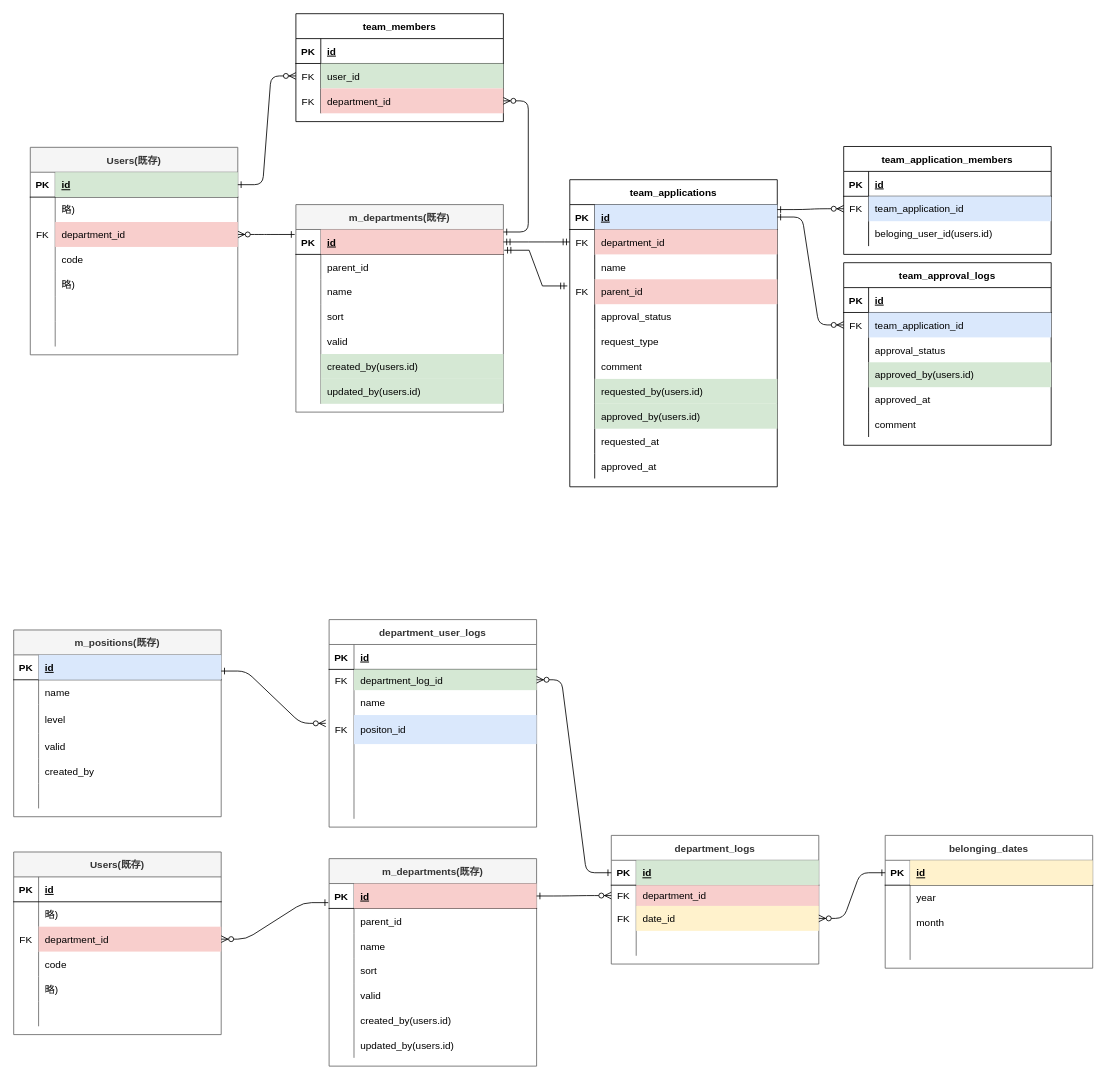
The draw.io diagram rose.drawio in satohirok/twitter_clone_ER, before the edit. Source tidied: cells renumbered, new cells numbered last; positions are measured from the earlier drawing's top-left corner, leaving out a move shared by most shapes. Both pictures are drawn from the tidied source at 83%, with x=0, y=0 at pixel (13, -37).
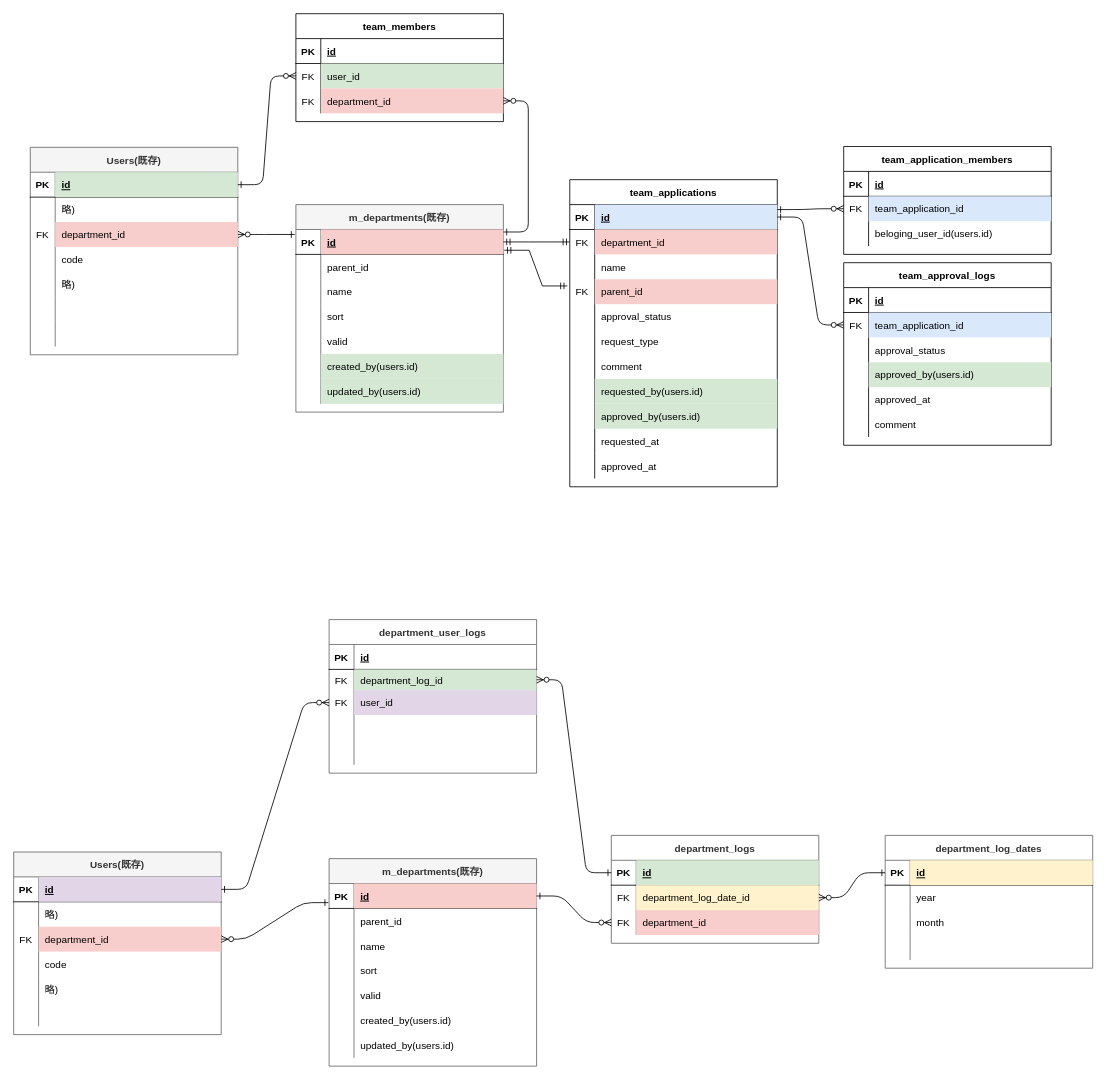
The same diagram, later.

Commit message:
rose.drawio を更新します

Unchanged cells that the change refers to:
```xml
<mxCell id="159" style="shape=partialRectangle;fillColor=none;points=[[0,0.5],[1,0.5]];portConstraint=eastwest;top=0;left=0;right=0;bottom=0;" parent="152" vertex="1">
  <mxGeometry y="85" width="250" height="30" as="geometry" />
</mxCell>
<mxCell id="175" style="shape=partialRectangle;fillColor=none;points=[[0,0.5],[1,0.5]];portConstraint=eastwest;top=0;left=0;right=0;bottom=1;" parent="174" vertex="1">
  <mxGeometry y="30" width="250" height="30" as="geometry" />
</mxCell>
<mxCell id="197" style="shape=partialRectangle;fillColor=none;points=[[0,0.5],[1,0.5]];portConstraint=eastwest;top=0;left=0;right=0;bottom=1;" parent="196" vertex="1">
  <mxGeometry y="30" width="250" height="30" as="geometry" />
</mxCell>
```

Change to the diagram source:
```diff
@@
     <mxCell id="126" value="department_logs" style="shape=table;startSize=30;childLayout=tableLayout;rowLines=0;fontStyle=1;align=center;fillColor=none;fontColor=#333333;strokeColor=#666666;" parent="1" vertex="1">
-      <mxGeometry x="720" y="1050" width="250" height="155" as="geometry" />
+      <mxGeometry x="720" y="1050" width="250" height="130" as="geometry" />
     </mxCell>
@@
-    <mxCell id="130" style="shape=partialRectangle;fillColor=none;points=[[0,0.5],[1,0.5]];portConstraint=eastwest;top=0;left=0;right=0;bottom=0;" parent="126" vertex="1">
-      <mxGeometry y="60" width="250" height="25" as="geometry" />
-    </mxCell>
-    <mxCell id="131" value="FK" style="shape=partialRectangle;overflow=hidden;fillColor=none;top=0;left=0;bottom=0;right=0;" parent="130" vertex="1">
-      <mxGeometry width="30" height="25" as="geometry" />
-    </mxCell>
-    <mxCell id="132" value="department_id" style="shape=partialRectangle;overflow=hidden;fillColor=#f8cecc;top=0;left=0;bottom=0;right=0;align=left;spacingLeft=6;strokeColor=#b85450;" parent="130" vertex="1">
-      <mxGeometry x="30" width="220" height="25" as="geometry" />
-    </mxCell>
     <mxCell id="133" style="shape=partialRectangle;fillColor=none;points=[[0,0.5],[1,0.5]];portConstraint=eastwest;top=0;left=0;right=0;bottom=0;" parent="126" vertex="1">
-      <mxGeometry y="85" width="250" height="30" as="geometry" />
+      <mxGeometry y="60" width="250" height="30" as="geometry" />
     </mxCell>
@@
-    <mxCell id="135" value="date_id" style="shape=partialRectangle;overflow=hidden;fillColor=#fff2cc;top=0;left=0;bottom=0;right=0;align=left;spacingLeft=6;strokeColor=#d6b656;" parent="133" vertex="1">
+    <mxCell id="135" value="department_log_date_id" style="shape=partialRectangle;overflow=hidden;fillColor=#fff2cc;top=0;left=0;bottom=0;right=0;align=left;spacingLeft=6;strokeColor=#d6b656;" parent="133" vertex="1">
       <mxGeometry x="30" width="220" height="30" as="geometry" />
     </mxCell>
     <mxCell id="136" style="shape=partialRectangle;fillColor=none;points=[[0,0.5],[1,0.5]];portConstraint=eastwest;top=0;left=0;right=0;bottom=0;" parent="126" vertex="1">
-      <mxGeometry y="115" width="250" height="30" as="geometry" />
+      <mxGeometry y="90" width="250" height="30" as="geometry" />
     </mxCell>
-    <mxCell id="137" style="shape=partialRectangle;overflow=hidden;fillColor=none;top=0;left=0;bottom=0;right=0;" parent="136" vertex="1">
+    <mxCell id="137" value="FK" style="shape=partialRectangle;overflow=hidden;fillColor=none;top=0;left=0;bottom=0;right=0;" parent="136" vertex="1">
       <mxGeometry width="30" height="30" as="geometry" />
     </mxCell>
-    <mxCell id="138" style="shape=partialRectangle;overflow=hidden;fillColor=none;top=0;left=0;bottom=0;right=0;align=left;spacingLeft=6;" parent="136" vertex="1">
+    <mxCell id="138" value="department_id" style="shape=partialRectangle;overflow=hidden;fillColor=#f8cecc;top=0;left=0;bottom=0;right=0;align=left;spacingLeft=6;strokeColor=#b85450;" parent="136" vertex="1">
       <mxGeometry x="30" width="220" height="30" as="geometry" />
     </mxCell>
-    <mxCell id="139" value="belonging_dates" style="shape=table;startSize=30;childLayout=tableLayout;rowLines=0;fontStyle=1;align=center;fillColor=none;fontColor=#333333;strokeColor=#666666;" parent="1" vertex="1">
+    <mxCell id="139" value="department_log_dates" style="shape=table;startSize=30;childLayout=tableLayout;rowLines=0;fontStyle=1;align=center;fillColor=none;fontColor=#333333;strokeColor=#666666;" parent="1" vertex="1">
       <mxGeometry x="1050" y="1050" width="250" height="160" as="geometry" />
     </mxCell>
@@
     <mxCell id="152" value="department_user_logs" style="shape=table;startSize=30;childLayout=tableLayout;rowLines=0;fontStyle=1;align=center;fillColor=none;fontColor=#333333;strokeColor=#666666;" parent="1" vertex="1">
-      <mxGeometry x="380" y="790" width="250" height="250" as="geometry" />
+      <mxGeometry x="380" y="790" width="250" height="185" as="geometry" />
     </mxCell>
@@
-    <mxCell id="160" style="shape=partialRectangle;overflow=hidden;fillColor=none;top=0;left=0;bottom=0;right=0;" parent="159" vertex="1">
+    <mxCell id="160" value="FK" style="shape=partialRectangle;overflow=hidden;fillColor=none;top=0;left=0;bottom=0;right=0;" parent="159" vertex="1">
       <mxGeometry width="30" height="30" as="geometry" />
     </mxCell>
-    <mxCell id="161" value="name" style="shape=partialRectangle;overflow=hidden;fillColor=none;top=0;left=0;bottom=0;right=0;align=left;spacingLeft=6;" parent="159" vertex="1">
+    <mxCell id="161" value="user_id" style="shape=partialRectangle;overflow=hidden;fillColor=#e1d5e7;top=0;left=0;bottom=0;right=0;align=left;spacingLeft=6;strokeColor=#9673a6;" parent="159" vertex="1">
       <mxGeometry x="30" width="220" height="30" as="geometry" />
     </mxCell>
-    <mxCell id="162" style="shape=partialRectangle;fillColor=none;points=[[0,0.5],[1,0.5]];portConstraint=eastwest;top=0;left=0;right=0;bottom=0;" parent="152" vertex="1">
-      <mxGeometry y="115" width="250" height="35" as="geometry" />
-    </mxCell>
-    <mxCell id="163" value="FK" style="shape=partialRectangle;overflow=hidden;fillColor=none;top=0;left=0;bottom=0;right=0;" parent="162" vertex="1">
-      <mxGeometry width="30" height="35" as="geometry" />
-    </mxCell>
-    <mxCell id="164" value="positon_id" style="shape=partialRectangle;overflow=hidden;fillColor=#dae8fc;top=0;left=0;bottom=0;right=0;align=left;spacingLeft=6;strokeColor=#6c8ebf;" parent="162" vertex="1">
-      <mxGeometry x="30" width="220" height="35" as="geometry" />
-    </mxCell>
     <mxCell id="165" style="shape=partialRectangle;fillColor=none;top=0;left=0;right=0;bottom=0;" parent="152" vertex="1">
-      <mxGeometry y="150" width="250" height="30" as="geometry" />
+      <mxGeometry y="115" width="250" height="30" as="geometry" />
     </mxCell>
@@
     <mxCell id="168" style="shape=partialRectangle;fillColor=none;top=0;left=0;right=0;bottom=0;" parent="152" vertex="1">
-      <mxGeometry y="180" width="250" height="30" as="geometry" />
+      <mxGeometry y="145" width="250" height="30" as="geometry" />
     </mxCell>
@@
-    <mxCell id="171" style="shape=partialRectangle;fillColor=none;top=0;left=0;right=0;bottom=0;" parent="152" vertex="1">
-      <mxGeometry y="210" width="250" height="30" as="geometry" />
-    </mxCell>
-    <mxCell id="172" style="shape=partialRectangle;overflow=hidden;fillColor=none;top=0;left=0;bottom=0;right=0;" parent="171" vertex="1">
-      <mxGeometry width="30" height="30" as="geometry" />
-    </mxCell>
-    <mxCell id="173" style="shape=partialRectangle;overflow=hidden;fillColor=none;top=0;left=0;bottom=0;right=0;align=left;spacingLeft=6;strokeColor=#82b366;" parent="171" vertex="1">
-      <mxGeometry x="30" width="220" height="30" as="geometry" />
-    </mxCell>
@@
-    <mxCell id="199" value="id" style="shape=partialRectangle;overflow=hidden;fillColor=none;top=0;left=0;bottom=0;right=0;align=left;spacingLeft=6;fontStyle=5;strokeColor=#82b366;" parent="197" vertex="1">
+    <mxCell id="199" value="id" style="shape=partialRectangle;overflow=hidden;fillColor=#e1d5e7;top=0;left=0;bottom=0;right=0;align=left;spacingLeft=6;fontStyle=5;strokeColor=#9673a6;" parent="197" vertex="1">
       <mxGeometry x="30" width="220" height="30" as="geometry" />
     </mxCell>
@@
-    <mxCell id="216" style="edgeStyle=entityRelationEdgeStyle;endArrow=ERzeroToMany;startArrow=ERone;endFill=1;startFill=0;entryX=0;entryY=0.5;entryDx=0;entryDy=0;exitX=1;exitY=0.5;exitDx=0;exitDy=0;" parent="1" edge="1" source="175" target="130">
+    <mxCell id="216" style="edgeStyle=entityRelationEdgeStyle;endArrow=ERzeroToMany;startArrow=ERone;endFill=1;startFill=0;exitX=1;exitY=0.5;exitDx=0;exitDy=0;entryX=0;entryY=0.5;entryDx=0;entryDy=0;" parent="1" edge="1" source="175" target="136">
       <mxGeometry relative="1" as="geometry">
         <Array as="points">
           <mxPoint x="670" y="670" />
         </Array>
       </mxGeometry>
     </mxCell>
@@
-    <mxCell id="219" value="m_positions(既存)" style="shape=table;startSize=30;childLayout=tableLayout;rowLines=0;fontStyle=1;align=center;fillColor=#f5f5f5;fontColor=#333333;strokeColor=#666666;" parent="1" vertex="1">
-      <mxGeometry y="802.5" width="250" height="225" as="geometry" />
-    </mxCell>
-    <mxCell id="220" style="shape=partialRectangle;fillColor=none;top=0;left=0;right=0;bottom=1;" parent="219" vertex="1">
-      <mxGeometry y="30" width="250" height="30" as="geometry" />
-    </mxCell>
-    <mxCell id="221" value="PK" style="shape=partialRectangle;overflow=hidden;fillColor=none;top=0;left=0;bottom=0;right=0;fontStyle=1;" parent="220" vertex="1">
-      <mxGeometry width="30" height="30" as="geometry" />
-    </mxCell>
-    <mxCell id="222" value="id" style="shape=partialRectangle;overflow=hidden;fillColor=#dae8fc;top=0;left=0;bottom=0;right=0;align=left;spacingLeft=6;fontStyle=5;strokeColor=#6c8ebf;" parent="220" vertex="1">
-      <mxGeometry x="30" width="220" height="30" as="geometry" />
-    </mxCell>
-    <mxCell id="223" style="shape=partialRectangle;fillColor=none;top=0;left=0;right=0;bottom=0;" parent="219" vertex="1">
-      <mxGeometry y="60" width="250" height="30" as="geometry" />
-    </mxCell>
-    <mxCell id="224" style="shape=partialRectangle;overflow=hidden;fillColor=none;top=0;left=0;bottom=0;right=0;" parent="223" vertex="1">
-      <mxGeometry width="30" height="30" as="geometry" />
-    </mxCell>
-    <mxCell id="225" value="name" style="shape=partialRectangle;overflow=hidden;fillColor=none;top=0;left=0;bottom=0;right=0;align=left;spacingLeft=6;" parent="223" vertex="1">
-      <mxGeometry x="30" width="220" height="30" as="geometry" />
-    </mxCell>
-    <mxCell id="226" style="shape=partialRectangle;fillColor=none;top=0;left=0;right=0;bottom=0;" parent="219" vertex="1">
-      <mxGeometry y="90" width="250" height="35" as="geometry" />
-    </mxCell>
-    <mxCell id="227" style="shape=partialRectangle;overflow=hidden;fillColor=none;top=0;left=0;bottom=0;right=0;" parent="226" vertex="1">
-      <mxGeometry width="30" height="35" as="geometry" />
-    </mxCell>
-    <mxCell id="228" value="level" style="shape=partialRectangle;overflow=hidden;fillColor=none;top=0;left=0;bottom=0;right=0;align=left;spacingLeft=6;" parent="226" vertex="1">
-      <mxGeometry x="30" width="220" height="35" as="geometry" />
-    </mxCell>
-    <mxCell id="229" style="shape=partialRectangle;fillColor=none;top=0;left=0;right=0;bottom=0;" parent="219" vertex="1">
-      <mxGeometry y="125" width="250" height="30" as="geometry" />
-    </mxCell>
-    <mxCell id="230" style="shape=partialRectangle;overflow=hidden;fillColor=none;top=0;left=0;bottom=0;right=0;" parent="229" vertex="1">
-      <mxGeometry width="30" height="30" as="geometry" />
-    </mxCell>
-    <mxCell id="231" value="valid" style="shape=partialRectangle;overflow=hidden;fillColor=none;top=0;left=0;bottom=0;right=0;align=left;spacingLeft=6;" parent="229" vertex="1">
-      <mxGeometry x="30" width="220" height="30" as="geometry" />
-    </mxCell>
-    <mxCell id="232" style="shape=partialRectangle;fillColor=none;top=0;left=0;right=0;bottom=0;" parent="219" vertex="1">
-      <mxGeometry y="155" width="250" height="30" as="geometry" />
-    </mxCell>
-    <mxCell id="233" style="shape=partialRectangle;overflow=hidden;fillColor=none;top=0;left=0;bottom=0;right=0;" parent="232" vertex="1">
-      <mxGeometry width="30" height="30" as="geometry" />
-    </mxCell>
-    <mxCell id="234" value="created_by" style="shape=partialRectangle;overflow=hidden;fillColor=none;top=0;left=0;bottom=0;right=0;align=left;spacingLeft=6;strokeColor=#82b366;" parent="232" vertex="1">
-      <mxGeometry x="30" width="220" height="30" as="geometry" />
-    </mxCell>
-    <mxCell id="235" style="shape=partialRectangle;fillColor=none;top=0;left=0;right=0;bottom=0;" parent="219" vertex="1">
-      <mxGeometry y="185" width="250" height="30" as="geometry" />
-    </mxCell>
-    <mxCell id="236" style="shape=partialRectangle;overflow=hidden;fillColor=none;top=0;left=0;bottom=0;right=0;" parent="235" vertex="1">
-      <mxGeometry width="30" height="30" as="geometry" />
-    </mxCell>
-    <mxCell id="237" style="shape=partialRectangle;overflow=hidden;fillColor=none;top=0;left=0;bottom=0;right=0;align=left;spacingLeft=6;strokeColor=#82b366;" parent="235" vertex="1">
-      <mxGeometry x="30" width="220" height="30" as="geometry" />
-    </mxCell>
-    <mxCell id="238" style="edgeStyle=entityRelationEdgeStyle;endArrow=ERzeroToMany;startArrow=ERone;endFill=1;startFill=0;entryX=-0.016;entryY=0.286;entryDx=0;entryDy=0;exitX=1;exitY=0.5;exitDx=0;exitDy=0;entryPerimeter=0;" parent="1" edge="1" target="162">
-      <mxGeometry relative="1" as="geometry">
-        <mxPoint x="250" y="852" as="sourcePoint" />
-        <Array as="points">
-          <mxPoint x="290" y="397" />
-        </Array>
-      </mxGeometry>
-    </mxCell>
+    <mxCell id="239" style="edgeStyle=entityRelationEdgeStyle;endArrow=ERzeroToMany;startArrow=ERone;endFill=1;startFill=0;entryX=0;entryY=0.5;entryDx=0;entryDy=0;exitX=1;exitY=0.5;exitDx=0;exitDy=0;" parent="1" edge="1" source="197" target="159">
+      <mxGeometry relative="1" as="geometry">
+        <Array as="points">
+          <mxPoint x="260" y="1110" />
+          <mxPoint x="300" y="557" />
+        </Array>
+      </mxGeometry>
+    </mxCell>
```
